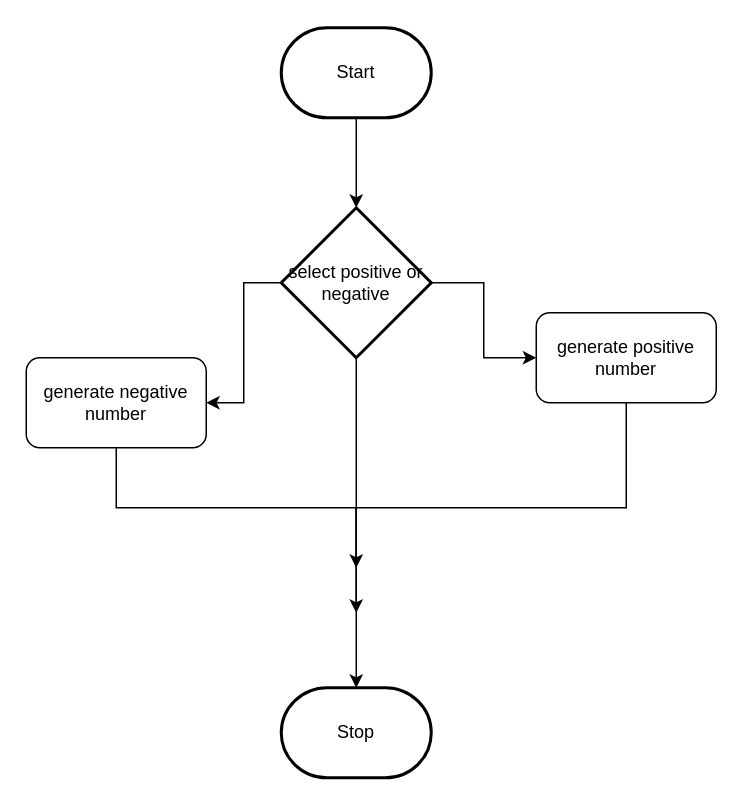
The draw.io diagram design/flowchart.drawio in MTHS-ICD2O-1-2024/ICD2O-Unit-5-02-Trisha-Ray, before the edit. Source tidied: cells renumbered, new cells numbered last; positions are measured from the earlier drawing's top-left corner, leaving out a move shared by most shapes. Both pictures are drawn from the tidied source at 150%, with x=0, y=0 at pixel (26, 27).
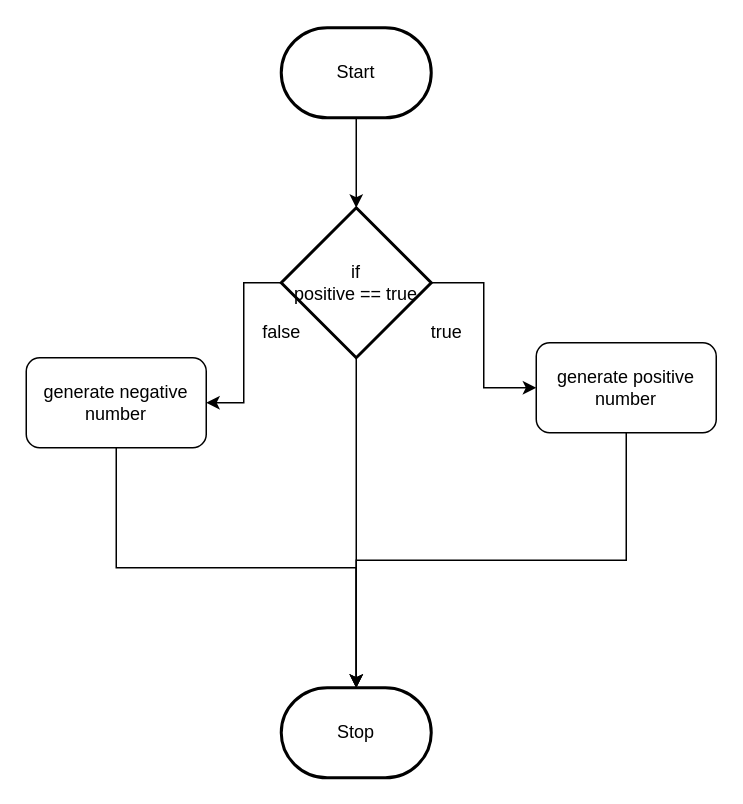
The same diagram, later.

Commit message (it also covers changes not shown here):
flowchart exported

Change to the diagram source:
```diff
@@
 <mxGraphModel>
   <root>
     <mxCell id="0" />
     <mxCell id="1" parent="0" />
     <mxCell id="2" style="edgeStyle=orthogonalEdgeStyle;html=1;rounded=0;" parent="1" edge="1" source="9" target="5">
       <mxGeometry relative="1" as="geometry" />
     </mxCell>
     <mxCell id="3" style="edgeStyle=none;html=1;" parent="1" edge="1" source="4" target="9">
       <mxGeometry relative="1" as="geometry" />
     </mxCell>
     <mxCell id="4" value="Start" style="strokeWidth=2;html=1;shape=mxgraph.flowchart.terminator;whiteSpace=wrap;" parent="1" vertex="1">
       <mxGeometry x="170" width="100" height="60" as="geometry" />
     </mxCell>
     <mxCell id="5" value="Stop" style="strokeWidth=2;html=1;shape=mxgraph.flowchart.terminator;whiteSpace=wrap;" parent="1" vertex="1">
       <mxGeometry x="170" y="440" width="100" height="60" as="geometry" />
     </mxCell>
     <mxCell id="6" style="edgeStyle=orthogonalEdgeStyle;html=1;rounded=0;" parent="1" edge="1" target="9">
       <mxGeometry relative="1" as="geometry">
         <mxPoint x="220" y="160" as="sourcePoint" />
       </mxGeometry>
     </mxCell>
     <mxCell id="7" style="edgeStyle=orthogonalEdgeStyle;html=1;exitX=1;exitY=0.5;exitDx=0;exitDy=0;exitPerimeter=0;rounded=0;curved=0;" parent="1" edge="1" source="9" target="11">
       <mxGeometry relative="1" as="geometry" />
     </mxCell>
     <mxCell id="8" style="edgeStyle=orthogonalEdgeStyle;html=1;rounded=0;curved=0;" parent="1" edge="1" source="9" target="13">
       <mxGeometry relative="1" as="geometry" />
     </mxCell>
-    <mxCell id="9" value="select positive or negative" style="strokeWidth=2;html=1;shape=mxgraph.flowchart.decision;whiteSpace=wrap;" parent="1" vertex="1">
+    <mxCell id="9" value="if&lt;div&gt;positive == true&lt;/div&gt;" style="strokeWidth=2;html=1;shape=mxgraph.flowchart.decision;whiteSpace=wrap;" parent="1" vertex="1">
       <mxGeometry x="170" y="120" width="100" height="100" as="geometry" />
     </mxCell>
     <mxCell id="10" style="edgeStyle=elbowEdgeStyle;html=1;rounded=0;elbow=vertical;" parent="1" edge="1" source="11">
       <mxGeometry relative="1" as="geometry">
-        <mxPoint x="220" y="390" as="targetPoint" />
+        <mxPoint x="220" y="440" as="targetPoint" />
       </mxGeometry>
     </mxCell>
     <mxCell id="11" value="generate positive number" style="rounded=1;whiteSpace=wrap;html=1;" parent="1" vertex="1">
-      <mxGeometry x="340" y="190" width="120" height="60" as="geometry" />
+      <mxGeometry x="340" y="210" width="120" height="60" as="geometry" />
     </mxCell>
-    <mxCell id="12" style="edgeStyle=elbowEdgeStyle;html=1;elbow=vertical;rounded=0;curved=0;" parent="1" edge="1" source="13">
-      <mxGeometry relative="1" as="geometry">
-        <mxPoint x="220" y="360" as="targetPoint" />
-      </mxGeometry>
+    <mxCell id="12" style="edgeStyle=elbowEdgeStyle;html=1;elbow=vertical;rounded=0;curved=0;entryX=0.5;entryY=0;entryDx=0;entryDy=0;entryPerimeter=0;" parent="1" edge="1" source="13" target="5">
+      <mxGeometry relative="1" as="geometry" />
     </mxCell>
     <mxCell id="13" value="generate negative number" style="rounded=1;whiteSpace=wrap;html=1;" parent="1" vertex="1">
       <mxGeometry y="220" width="120" height="60" as="geometry" />
     </mxCell>
+    <mxCell id="14" value="false" style="text;html=1;align=center;verticalAlign=middle;strokeColor=none;fillColor=none;" parent="1" vertex="1">
+      <mxGeometry x="145" y="188" width="50" height="30" as="geometry" />
+    </mxCell>
+    <mxCell id="15" value="true" style="text;html=1;align=center;verticalAlign=middle;strokeColor=none;fillColor=none;" parent="1" vertex="1">
+      <mxGeometry x="260" y="188" width="40" height="30" as="geometry" />
+    </mxCell>
   </root>
 </mxGraphModel>
```
